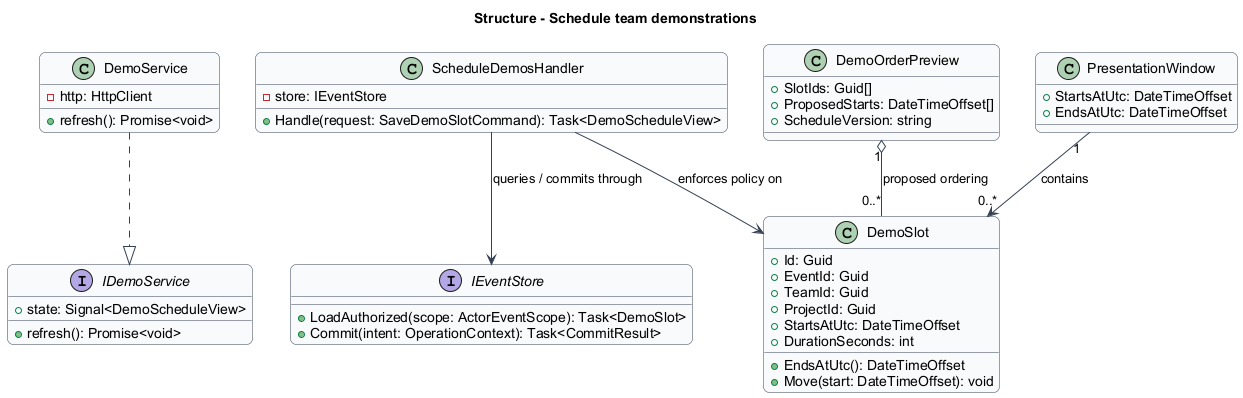
Before: docs/detailed-designs/showcase/schedule-demos/diagrams/classes.png, a diagram exported from PlantUML (QuinntyneBrown/faithtech-toronto-ai-build-event).
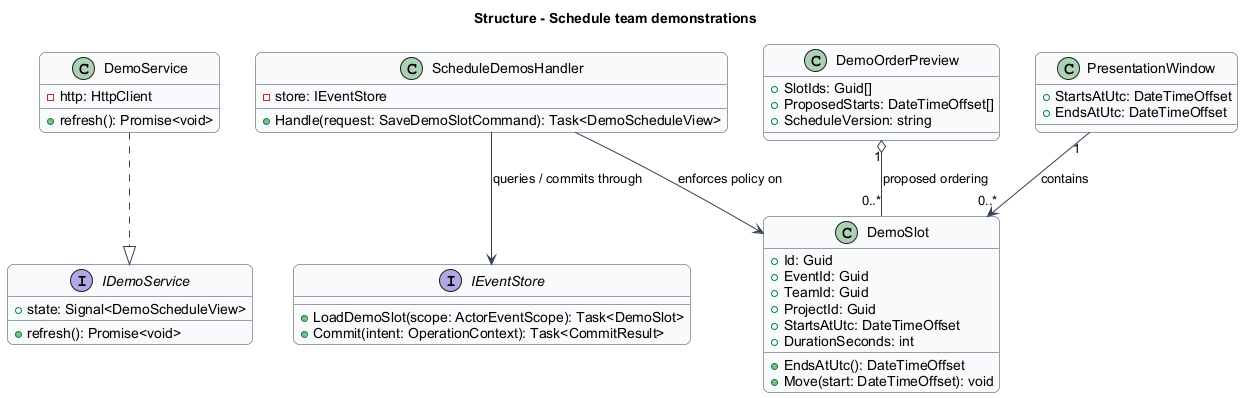
The same file after the commit.

Change to the diagram source:
```diff
@@ -22,7 +22,7 @@
   +Handle(request: SaveDemoSlotCommand): Task<DemoScheduleView>
 }
 interface IEventStore {
-  +LoadAuthorized(scope: ActorEventScope): Task<DemoSlot>
+  +LoadDemoSlot(scope: ActorEventScope): Task<DemoSlot>
   +Commit(intent: OperationContext): Task<CommitResult>
 }
 class DemoSlot {
```
